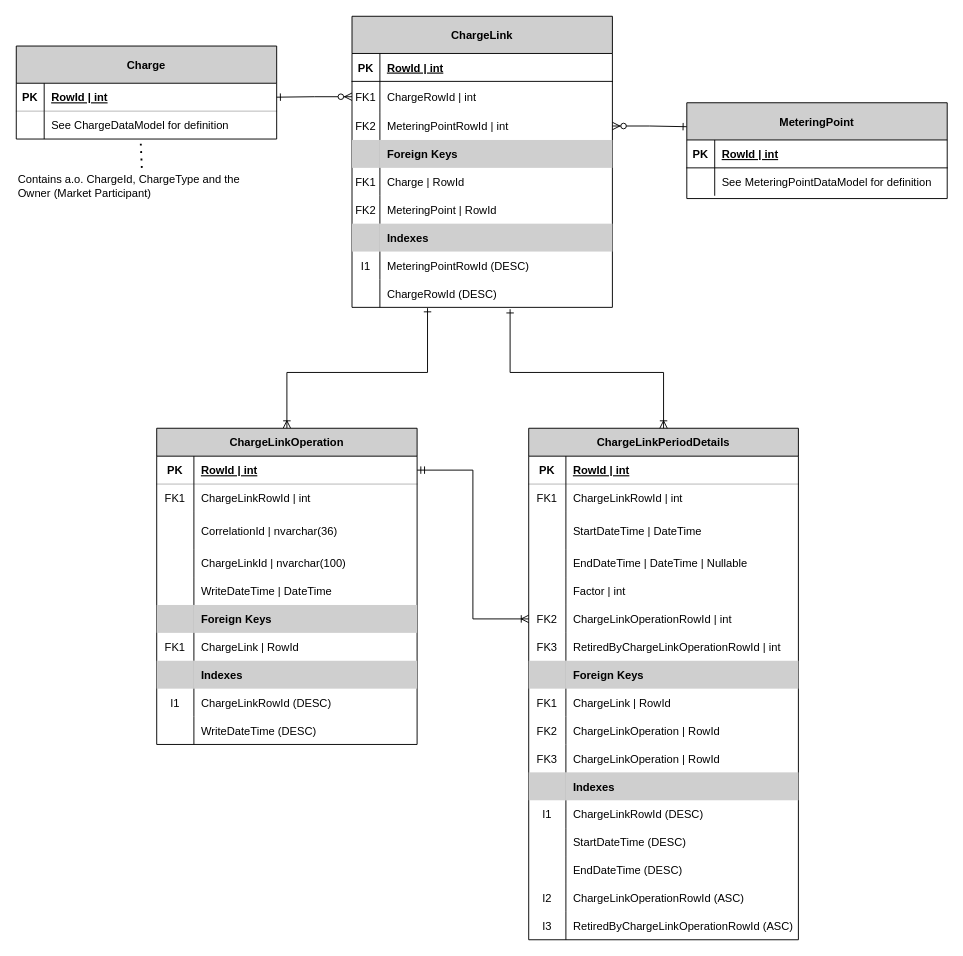
Above: docs/data-models/ChargeLinkDataModel.drawio in Energinet-DataHub/ARCHIVED-geh-charges (draw.io), before the change. Source tidied: cells renumbered, new cells numbered last; positions are measured from the earlier drawing's top-left corner, leaving out a move shared by most shapes. Both pictures are drawn from the tidied source at 93%, with x=0, y=0 at pixel (16, 16).
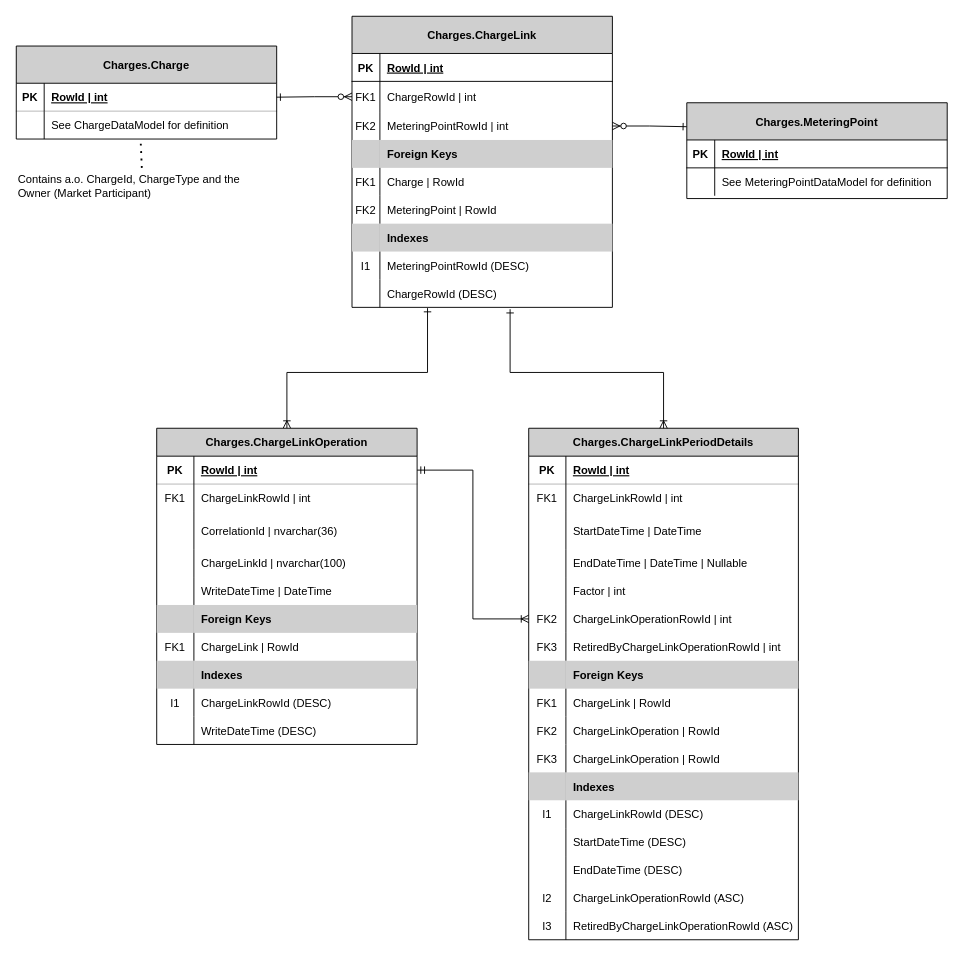
Above is the later version.

Commit message (it also covers changes not shown here):
add dbschema to data models

Change to the diagram source:
```diff
@@
-    <mxCell id="4" value="ChargeLink" style="shape=table;startSize=40;childLayout=tableLayout;rowLines=0;fontStyle=1;align=center;fillColor=#CFCFCF;" parent="1" vertex="1">
+    <mxCell id="4" value="Charges.ChargeLink" style="shape=table;startSize=40;childLayout=tableLayout;rowLines=0;fontStyle=1;align=center;fillColor=#CFCFCF;" parent="1" vertex="1">
       <mxGeometry x="361" width="280" height="313" as="geometry" />
     </mxCell>
@@
-    <mxCell id="32" value="ChargeLinkOperation" style="shape=table;startSize=30;childLayout=tableLayout;rowLines=0;fontStyle=1;align=center;fillColor=#CFCFCF;" parent="1" vertex="1">
+    <mxCell id="32" value="Charges.ChargeLinkOperation" style="shape=table;startSize=30;childLayout=tableLayout;rowLines=0;fontStyle=1;align=center;fillColor=#CFCFCF;" parent="1" vertex="1">
       <mxGeometry x="151" y="443" width="280" height="340" as="geometry" />
     </mxCell>
@@
-    <mxCell id="63" value="Charge" style="shape=table;startSize=40;childLayout=tableLayout;rowLines=0;fontStyle=1;align=center;fillColor=#CFCFCF;" parent="1" vertex="1">
+    <mxCell id="63" value="Charges.Charge" style="shape=table;startSize=40;childLayout=tableLayout;rowLines=0;fontStyle=1;align=center;fillColor=#CFCFCF;" parent="1" vertex="1">
       <mxGeometry y="32" width="280" height="100" as="geometry" />
     </mxCell>
@@
-    <mxCell id="70" value="MeteringPoint" style="shape=table;startSize=40;childLayout=tableLayout;rowLines=0;fontStyle=1;align=center;fillColor=#CFCFCF;" parent="1" vertex="1">
+    <mxCell id="70" value="Charges.MeteringPoint" style="shape=table;startSize=40;childLayout=tableLayout;rowLines=0;fontStyle=1;align=center;fillColor=#CFCFCF;" parent="1" vertex="1">
       <mxGeometry x="721" y="93" width="280" height="103" as="geometry" />
     </mxCell>
@@
-    <mxCell id="78" value="ChargeLinkPeriodDetails" style="shape=table;startSize=30;childLayout=tableLayout;rowLines=0;fontStyle=1;align=center;fillColor=#CFCFCF;" parent="1" vertex="1">
+    <mxCell id="78" value="Charges.ChargeLinkPeriodDetails" style="shape=table;startSize=30;childLayout=tableLayout;rowLines=0;fontStyle=1;align=center;fillColor=#CFCFCF;" parent="1" vertex="1">
       <mxGeometry x="551" y="443" width="290" height="550" as="geometry" />
     </mxCell>
```
